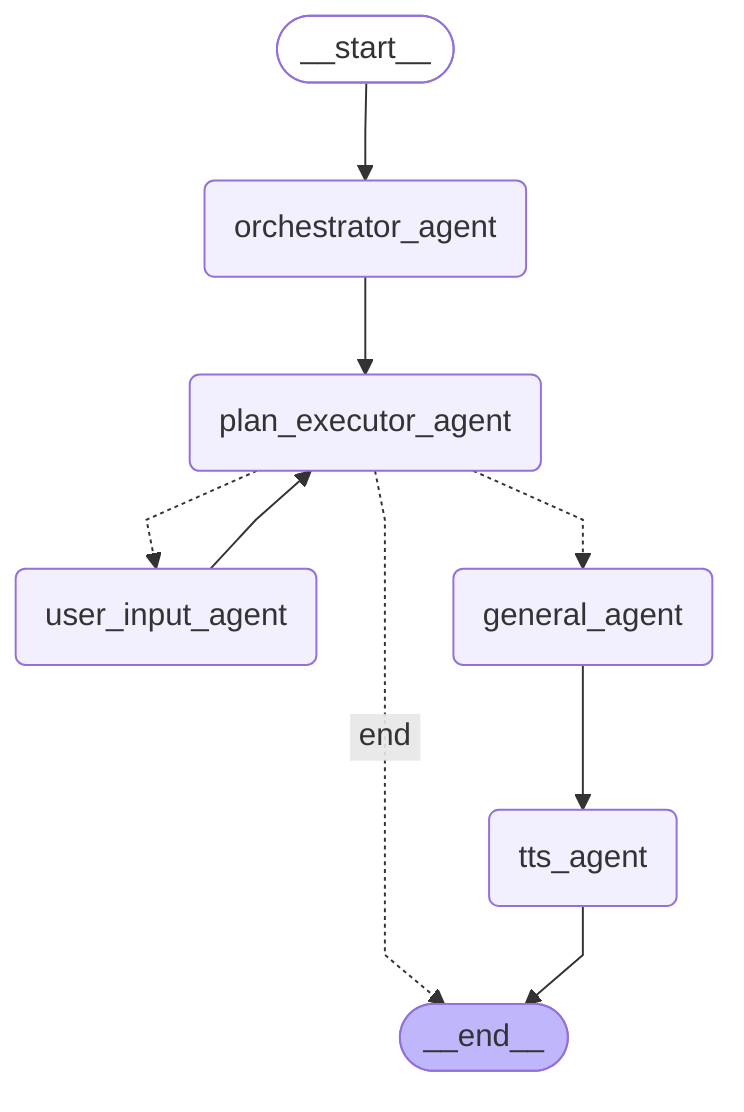
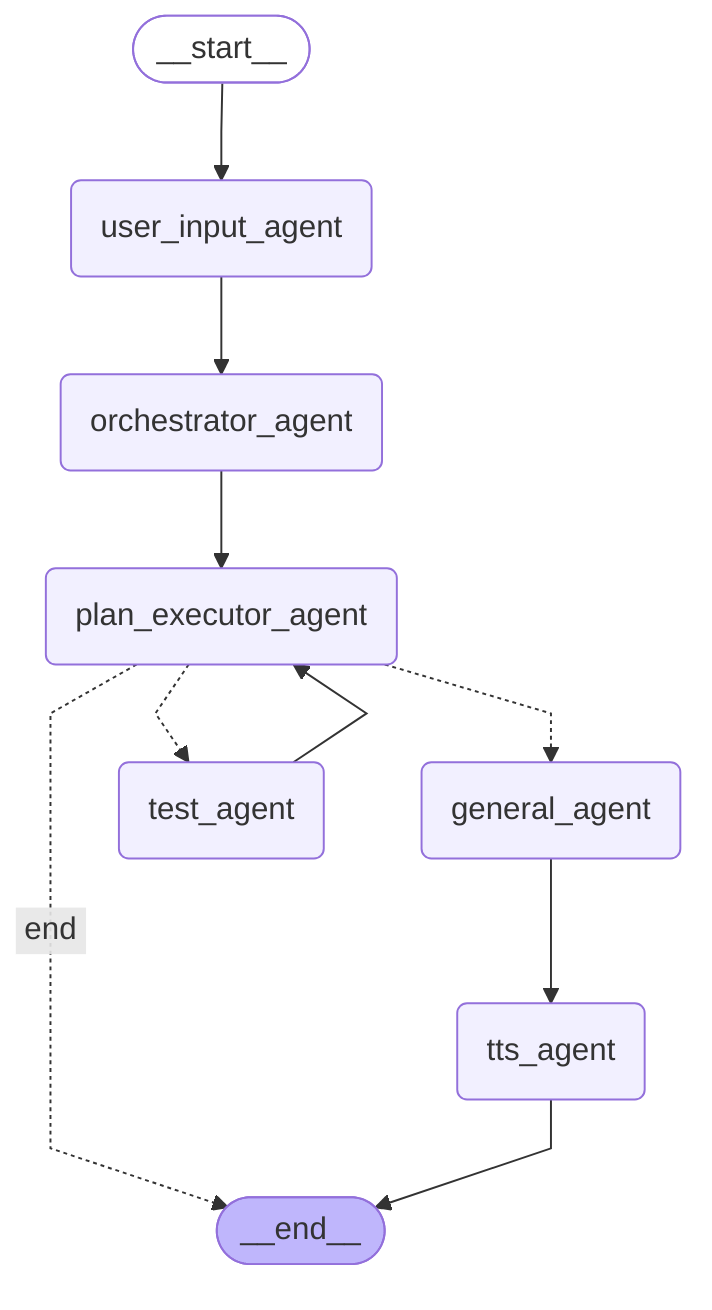
---
config:
  flowchart:
    curve: linear
---
graph TD;
	__start__([<p>__start__</p>]):::first
	orchestrator_agent(orchestrator_agent)
	plan_executor_agent(plan_executor_agent)
	user_input_agent(user_input_agent)
	general_agent(general_agent)
	tts_agent(tts_agent)
+ 	test_agent(test_agent)
	__end__([<p>__end__</p>]):::last
- 	__start__ --> orchestrator_agent;
+ 	__start__ --> user_input_agent;
	general_agent --> tts_agent;
	orchestrator_agent --> plan_executor_agent;
	plan_executor_agent -. &nbsp;end&nbsp; .-> __end__;
	plan_executor_agent -.-> general_agent;
- 	plan_executor_agent -.-> user_input_agent;
- 	user_input_agent --> plan_executor_agent;
+ 	plan_executor_agent -.-> test_agent;
+ 	test_agent --> plan_executor_agent;
+ 	user_input_agent --> orchestrator_agent;
	tts_agent --> __end__;
	classDef default fill:#f2f0ff,line-height:1.2
	classDef first fill-opacity:0
	classDef last fill:#bfb6fc
